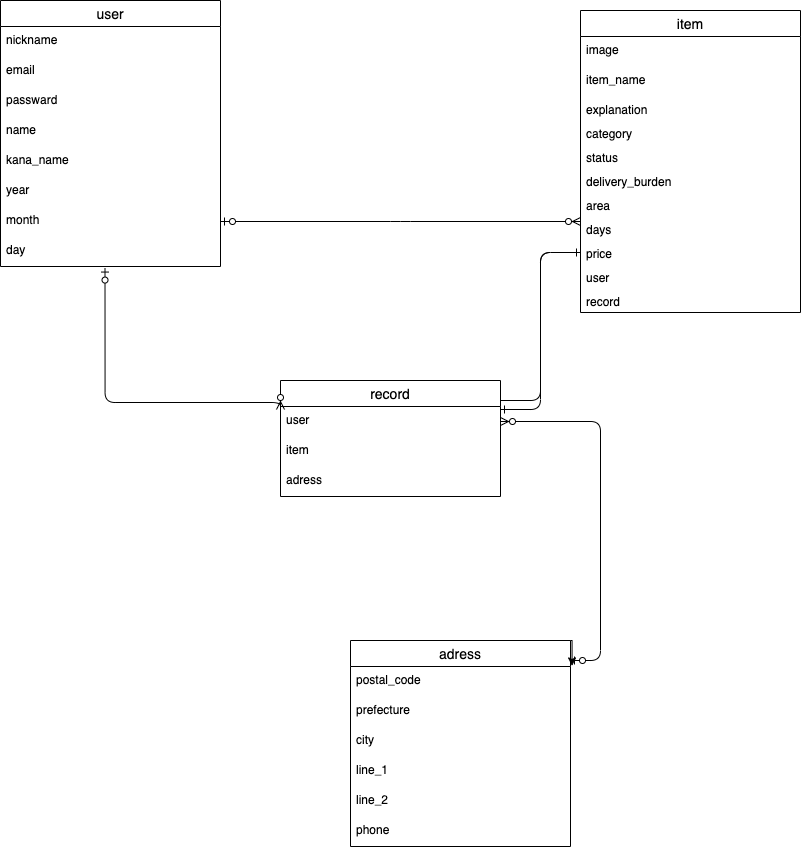
This is furima.png from daiki0904/furima-35457, a draw.io export, as it was before one commit. Source tidied: cells renumbered, new cells last; positions are measured from the earlier drawing's top-left corner, leaving out a move shared by most shapes. Its diagram source:
```xml
<mxGraphModel>
  <root>
    <mxCell id="0" />
    <mxCell id="1" parent="0" />
    <mxCell id="2" value="user" style="swimlane;fontStyle=0;horizontal=1;startSize=26;align=center;fontSize=14;" parent="1" vertex="1">
      <mxGeometry width="220" height="266" as="geometry" />
    </mxCell>
    <mxCell id="3" value="nickname" style="text;strokeColor=none;fillColor=none;spacingLeft=4;spacingRight=4;overflow=hidden;fontSize=12;" parent="2" vertex="1">
      <mxGeometry y="26" width="220" height="30" as="geometry" />
    </mxCell>
    <mxCell id="4" value="email" style="text;strokeColor=none;fillColor=none;spacingLeft=4;spacingRight=4;overflow=hidden;fontSize=12;" parent="2" vertex="1">
      <mxGeometry y="56" width="220" height="30" as="geometry" />
    </mxCell>
    <mxCell id="5" value="passward" style="text;strokeColor=none;fillColor=none;spacingLeft=4;spacingRight=4;overflow=hidden;fontSize=12;" parent="2" vertex="1">
      <mxGeometry y="86" width="220" height="30" as="geometry" />
    </mxCell>
    <mxCell id="6" value="name" style="text;strokeColor=none;fillColor=none;spacingLeft=4;spacingRight=4;overflow=hidden;fontSize=12;" parent="2" vertex="1">
      <mxGeometry y="116" width="220" height="30" as="geometry" />
    </mxCell>
    <mxCell id="7" value="kana_name" style="text;strokeColor=none;fillColor=none;spacingLeft=4;spacingRight=4;overflow=hidden;fontSize=12;" parent="2" vertex="1">
      <mxGeometry y="146" width="220" height="30" as="geometry" />
    </mxCell>
    <mxCell id="8" value="year" style="text;strokeColor=none;fillColor=none;spacingLeft=4;spacingRight=4;overflow=hidden;fontSize=12;" parent="2" vertex="1">
      <mxGeometry y="176" width="220" height="30" as="geometry" />
    </mxCell>
    <mxCell id="9" value="month" style="text;strokeColor=none;fillColor=none;spacingLeft=4;spacingRight=4;overflow=hidden;points=[[0,0.5],[1,0.5]];portConstraint=eastwest;fontSize=12;" parent="2" vertex="1">
      <mxGeometry y="206" width="220" height="30" as="geometry" />
    </mxCell>
    <mxCell id="10" value="day" style="text;strokeColor=none;fillColor=none;spacingLeft=4;spacingRight=4;overflow=hidden;points=[[0,0.5],[1,0.5]];portConstraint=eastwest;fontSize=12;" parent="2" vertex="1">
      <mxGeometry y="236" width="220" height="30" as="geometry" />
    </mxCell>
    <mxCell id="11" value="item" style="swimlane;fontStyle=0;horizontal=1;startSize=26;align=center;fontSize=14;" parent="1" vertex="1">
      <mxGeometry x="580" y="10" width="220" height="302" as="geometry" />
    </mxCell>
    <mxCell id="12" value="image" style="text;strokeColor=none;fillColor=none;spacingLeft=4;spacingRight=4;overflow=hidden;fontSize=12;" parent="11" vertex="1">
      <mxGeometry y="26" width="220" height="30" as="geometry" />
    </mxCell>
    <mxCell id="13" value="item_name" style="text;strokeColor=none;fillColor=none;spacingLeft=4;spacingRight=4;overflow=hidden;fontSize=12;" parent="11" vertex="1">
      <mxGeometry y="56" width="220" height="30" as="geometry" />
    </mxCell>
    <mxCell id="14" value="explanation" style="text;strokeColor=none;fillColor=none;spacingLeft=4;spacingRight=4;overflow=hidden;fontSize=12;" parent="11" vertex="1">
      <mxGeometry y="86" width="220" height="24" as="geometry" />
    </mxCell>
    <mxCell id="15" value="category" style="text;strokeColor=none;fillColor=none;spacingLeft=4;spacingRight=4;overflow=hidden;fontSize=12;" parent="11" vertex="1">
      <mxGeometry y="110" width="220" height="24" as="geometry" />
    </mxCell>
    <mxCell id="16" value="status" style="text;strokeColor=none;fillColor=none;spacingLeft=4;spacingRight=4;overflow=hidden;fontSize=12;" parent="11" vertex="1">
      <mxGeometry y="134" width="220" height="24" as="geometry" />
    </mxCell>
    <mxCell id="17" value="delivery_burden" style="text;strokeColor=none;fillColor=none;spacingLeft=4;spacingRight=4;overflow=hidden;fontSize=12;" parent="11" vertex="1">
      <mxGeometry y="158" width="220" height="24" as="geometry" />
    </mxCell>
    <mxCell id="18" value="area" style="text;strokeColor=none;fillColor=none;spacingLeft=4;spacingRight=4;overflow=hidden;fontSize=12;" parent="11" vertex="1">
      <mxGeometry y="182" width="220" height="24" as="geometry" />
    </mxCell>
    <mxCell id="19" value="days" style="text;strokeColor=none;fillColor=none;spacingLeft=4;spacingRight=4;overflow=hidden;fontSize=12;" parent="11" vertex="1">
      <mxGeometry y="206" width="220" height="24" as="geometry" />
    </mxCell>
    <mxCell id="20" value="price" style="text;strokeColor=none;fillColor=none;spacingLeft=4;spacingRight=4;overflow=hidden;points=[[0,0.5],[1,0.5]];portConstraint=eastwest;fontSize=12;" parent="11" vertex="1">
      <mxGeometry y="230" width="220" height="24" as="geometry" />
    </mxCell>
    <mxCell id="21" value="user" style="text;strokeColor=none;fillColor=none;spacingLeft=4;spacingRight=4;overflow=hidden;fontSize=12;" parent="11" vertex="1">
      <mxGeometry y="254" width="220" height="24" as="geometry" />
    </mxCell>
    <mxCell id="22" value="record" style="text;strokeColor=none;fillColor=none;spacingLeft=4;spacingRight=4;overflow=hidden;fontSize=12;" parent="11" vertex="1">
      <mxGeometry y="278" width="220" height="24" as="geometry" />
    </mxCell>
    <mxCell id="23" value="record" style="swimlane;fontStyle=0;horizontal=1;startSize=26;align=center;fontSize=14;" parent="1" vertex="1">
      <mxGeometry x="280" y="380" width="220" height="116" as="geometry" />
    </mxCell>
    <mxCell id="24" value="user" style="text;strokeColor=none;fillColor=none;spacingLeft=4;spacingRight=4;overflow=hidden;points=[[0,0.5],[1,0.5]];portConstraint=eastwest;fontSize=12;" parent="23" vertex="1">
      <mxGeometry y="26" width="220" height="30" as="geometry" />
    </mxCell>
    <mxCell id="25" value="item" style="text;strokeColor=none;fillColor=none;spacingLeft=4;spacingRight=4;overflow=hidden;fontSize=12;" parent="23" vertex="1">
      <mxGeometry y="56" width="220" height="30" as="geometry" />
    </mxCell>
    <mxCell id="26" value="adress" style="text;strokeColor=none;fillColor=none;spacingLeft=4;spacingRight=4;overflow=hidden;fontSize=12;" parent="23" vertex="1">
      <mxGeometry y="86" width="220" height="30" as="geometry" />
    </mxCell>
    <mxCell id="27" value="adress" style="swimlane;fontStyle=0;horizontal=1;startSize=26;align=center;fontSize=14;" parent="1" vertex="1">
      <mxGeometry x="350" y="640" width="220" height="206" as="geometry" />
    </mxCell>
    <mxCell id="28" value="postal_code" style="text;strokeColor=none;fillColor=none;spacingLeft=4;spacingRight=4;overflow=hidden;points=[[0,0.5],[1,0.5]];portConstraint=eastwest;fontSize=12;" parent="27" vertex="1">
      <mxGeometry y="26" width="220" height="30" as="geometry" />
    </mxCell>
    <mxCell id="29" value="prefecture" style="text;strokeColor=none;fillColor=none;spacingLeft=4;spacingRight=4;overflow=hidden;fontSize=12;" parent="27" vertex="1">
      <mxGeometry y="56" width="220" height="30" as="geometry" />
    </mxCell>
    <mxCell id="30" value="city" style="text;strokeColor=none;fillColor=none;spacingLeft=4;spacingRight=4;overflow=hidden;fontSize=12;" parent="27" vertex="1">
      <mxGeometry y="86" width="220" height="30" as="geometry" />
    </mxCell>
    <mxCell id="31" value="line_1" style="text;strokeColor=none;fillColor=none;spacingLeft=4;spacingRight=4;overflow=hidden;fontSize=12;" parent="27" vertex="1">
      <mxGeometry y="116" width="220" height="30" as="geometry" />
    </mxCell>
    <mxCell id="32" value="line_2" style="text;strokeColor=none;fillColor=none;spacingLeft=4;spacingRight=4;overflow=hidden;fontSize=12;" parent="27" vertex="1">
      <mxGeometry y="146" width="220" height="30" as="geometry" />
    </mxCell>
    <mxCell id="33" value="phone" style="text;strokeColor=none;fillColor=none;spacingLeft=4;spacingRight=4;overflow=hidden;fontSize=12;" parent="27" vertex="1">
      <mxGeometry y="176" width="220" height="30" as="geometry" />
    </mxCell>
    <mxCell id="34" style="edgeStyle=orthogonalEdgeStyle;rounded=0;jettySize=auto;html=1;exitX=1;exitY=0;exitDx=0;exitDy=0;entryX=1.007;entryY=-0.019;entryDx=0;entryDy=0;entryPerimeter=0;" parent="27" edge="1" source="27" target="28">
      <mxGeometry relative="1" as="geometry" />
    </mxCell>
    <mxCell id="35" style="edgeStyle=elbowEdgeStyle;fontSize=12;html=1;endArrow=ERzeroToMany;startArrow=ERzeroToOne;exitX=1;exitY=0.5;exitDx=0;exitDy=0;" parent="1" edge="1" source="9">
      <mxGeometry relative="1" as="geometry">
        <mxPoint x="580" y="221" as="targetPoint" />
      </mxGeometry>
    </mxCell>
    <mxCell id="36" style="edgeStyle=orthogonalEdgeStyle;fontSize=12;html=1;endArrow=ERzeroToMany;startArrow=ERzeroToOne;exitX=0.475;exitY=1.052;exitDx=0;exitDy=0;exitPerimeter=0;entryX=0;entryY=0.25;entryDx=0;entryDy=0;" parent="1" edge="1" source="10" target="23">
      <mxGeometry relative="1" as="geometry">
        <Array as="points">
          <mxPoint x="105" y="402" />
        </Array>
      </mxGeometry>
    </mxCell>
    <mxCell id="37" style="edgeStyle=entityRelationEdgeStyle;fontSize=12;html=1;endArrow=ERzeroToMany;startArrow=ERzeroToOne;" parent="1" edge="1" target="24">
      <mxGeometry relative="1" as="geometry">
        <mxPoint x="570" y="660" as="sourcePoint" />
      </mxGeometry>
    </mxCell>
    <mxCell id="38" style="edgeStyle=orthogonalEdgeStyle;fontSize=12;html=1;endArrow=ERone;endFill=1;entryX=0;entryY=0.5;entryDx=0;entryDy=0;" parent="1" edge="1" target="20">
      <mxGeometry relative="1" as="geometry">
        <mxPoint x="500" y="400" as="sourcePoint" />
        <Array as="points">
          <mxPoint x="540" y="400" />
          <mxPoint x="540" y="252" />
        </Array>
      </mxGeometry>
    </mxCell>
    <mxCell id="39" style="edgeStyle=elbowEdgeStyle;fontSize=12;html=1;endArrow=ERone;endFill=1;entryX=1;entryY=0.25;entryDx=0;entryDy=0;exitX=0;exitY=0.5;exitDx=0;exitDy=0;" parent="1" edge="1" source="20" target="23">
      <mxGeometry relative="1" as="geometry">
        <Array as="points">
          <mxPoint x="540" y="330" />
        </Array>
      </mxGeometry>
    </mxCell>
  </root>
</mxGraphModel>
```
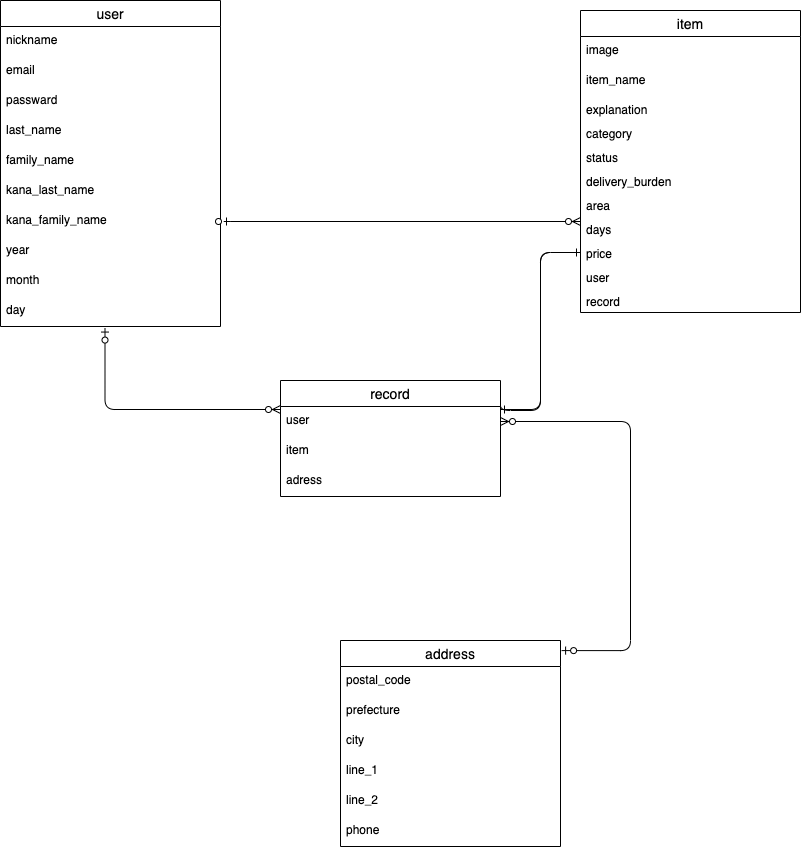
The same diagram one commit later.

Commit message:
エクスポートし直し

Diff of the diagram source:
```diff
@@ -3,7 +3,7 @@
     <mxCell id="0" />
     <mxCell id="1" parent="0" />
     <mxCell id="2" value="user" style="swimlane;fontStyle=0;horizontal=1;startSize=26;align=center;fontSize=14;" parent="1" vertex="1">
-      <mxGeometry width="220" height="266" as="geometry" />
+      <mxGeometry width="220" height="326" as="geometry" />
     </mxCell>
     <mxCell id="3" value="nickname" style="text;strokeColor=none;fillColor=none;spacingLeft=4;spacingRight=4;overflow=hidden;fontSize=12;" parent="2" vertex="1">
       <mxGeometry y="26" width="220" height="30" as="geometry" />
@@ -14,20 +14,26 @@
     <mxCell id="5" value="passward" style="text;strokeColor=none;fillColor=none;spacingLeft=4;spacingRight=4;overflow=hidden;fontSize=12;" parent="2" vertex="1">
       <mxGeometry y="86" width="220" height="30" as="geometry" />
     </mxCell>
-    <mxCell id="6" value="name" style="text;strokeColor=none;fillColor=none;spacingLeft=4;spacingRight=4;overflow=hidden;fontSize=12;" parent="2" vertex="1">
+    <mxCell id="6" value="last_name" style="text;strokeColor=none;fillColor=none;spacingLeft=4;spacingRight=4;overflow=hidden;fontSize=12;" parent="2" vertex="1">
       <mxGeometry y="116" width="220" height="30" as="geometry" />
     </mxCell>
+    <mxCell id="40" value="family_name" style="text;strokeColor=none;fillColor=none;spacingLeft=4;spacingRight=4;overflow=hidden;fontSize=12;" parent="2" vertex="1">
+      <mxGeometry y="146" width="220" height="30" as="geometry" />
+    </mxCell>
-    <mxCell id="7" value="kana_name" style="text;strokeColor=none;fillColor=none;spacingLeft=4;spacingRight=4;overflow=hidden;fontSize=12;" parent="2" vertex="1">
-      <mxGeometry y="146" width="220" height="30" as="geometry" />
+    <mxCell id="7" value="kana_last_name" style="text;strokeColor=none;fillColor=none;spacingLeft=4;spacingRight=4;overflow=hidden;fontSize=12;" parent="2" vertex="1">
+      <mxGeometry y="176" width="220" height="30" as="geometry" />
     </mxCell>
+    <mxCell id="41" value="kana_family_name" style="text;strokeColor=none;fillColor=none;spacingLeft=4;spacingRight=4;overflow=hidden;fontSize=12;" parent="2" vertex="1">
+      <mxGeometry y="206" width="220" height="30" as="geometry" />
+    </mxCell>
     <mxCell id="8" value="year" style="text;strokeColor=none;fillColor=none;spacingLeft=4;spacingRight=4;overflow=hidden;fontSize=12;" parent="2" vertex="1">
-      <mxGeometry y="176" width="220" height="30" as="geometry" />
+      <mxGeometry y="236" width="220" height="30" as="geometry" />
     </mxCell>
     <mxCell id="9" value="month" style="text;strokeColor=none;fillColor=none;spacingLeft=4;spacingRight=4;overflow=hidden;points=[[0,0.5],[1,0.5]];portConstraint=eastwest;fontSize=12;" parent="2" vertex="1">
-      <mxGeometry y="206" width="220" height="30" as="geometry" />
+      <mxGeometry y="266" width="220" height="30" as="geometry" />
     </mxCell>
     <mxCell id="10" value="day" style="text;strokeColor=none;fillColor=none;spacingLeft=4;spacingRight=4;overflow=hidden;points=[[0,0.5],[1,0.5]];portConstraint=eastwest;fontSize=12;" parent="2" vertex="1">
-      <mxGeometry y="236" width="220" height="30" as="geometry" />
+      <mxGeometry y="296" width="220" height="30" as="geometry" />
     </mxCell>
     <mxCell id="11" value="item" style="swimlane;fontStyle=0;horizontal=1;startSize=26;align=center;fontSize=14;" parent="1" vertex="1">
       <mxGeometry x="580" y="10" width="220" height="302" as="geometry" />
@@ -77,8 +83,8 @@
     <mxCell id="26" value="adress" style="text;strokeColor=none;fillColor=none;spacingLeft=4;spacingRight=4;overflow=hidden;fontSize=12;" parent="23" vertex="1">
       <mxGeometry y="86" width="220" height="30" as="geometry" />
     </mxCell>
-    <mxCell id="27" value="adress" style="swimlane;fontStyle=0;horizontal=1;startSize=26;align=center;fontSize=14;" parent="1" vertex="1">
-      <mxGeometry x="350" y="640" width="220" height="206" as="geometry" />
+    <mxCell id="27" value="address" style="swimlane;fontStyle=0;horizontal=1;startSize=26;align=center;fontSize=14;" parent="1" vertex="1">
+      <mxGeometry x="340" y="640" width="220" height="206" as="geometry" />
     </mxCell>
     <mxCell id="28" value="postal_code" style="text;strokeColor=none;fillColor=none;spacingLeft=4;spacingRight=4;overflow=hidden;points=[[0,0.5],[1,0.5]];portConstraint=eastwest;fontSize=12;" parent="27" vertex="1">
       <mxGeometry y="26" width="220" height="30" as="geometry" />
@@ -98,31 +104,36 @@
     <mxCell id="33" value="phone" style="text;strokeColor=none;fillColor=none;spacingLeft=4;spacingRight=4;overflow=hidden;fontSize=12;" parent="27" vertex="1">
       <mxGeometry y="176" width="220" height="30" as="geometry" />
     </mxCell>
-    <mxCell id="34" style="edgeStyle=orthogonalEdgeStyle;rounded=0;jettySize=auto;html=1;exitX=1;exitY=0;exitDx=0;exitDy=0;entryX=1.007;entryY=-0.019;entryDx=0;entryDy=0;entryPerimeter=0;" parent="27" edge="1" source="27" target="28">
-      <mxGeometry relative="1" as="geometry" />
-    </mxCell>
-    <mxCell id="35" style="edgeStyle=elbowEdgeStyle;fontSize=12;html=1;endArrow=ERzeroToMany;startArrow=ERzeroToOne;exitX=1;exitY=0.5;exitDx=0;exitDy=0;" parent="1" edge="1" source="9">
+    <mxCell id="35" style="edgeStyle=elbowEdgeStyle;fontSize=12;html=1;endArrow=ERzeroToMany;startArrow=ERzeroToOne;" parent="1" edge="1">
       <mxGeometry relative="1" as="geometry">
+        <mxPoint x="230" y="221" as="sourcePoint" />
         <mxPoint x="580" y="221" as="targetPoint" />
+        <Array as="points">
+          <mxPoint x="220" y="230" />
+        </Array>
       </mxGeometry>
     </mxCell>
     <mxCell id="36" style="edgeStyle=orthogonalEdgeStyle;fontSize=12;html=1;endArrow=ERzeroToMany;startArrow=ERzeroToOne;exitX=0.475;exitY=1.052;exitDx=0;exitDy=0;exitPerimeter=0;entryX=0;entryY=0.25;entryDx=0;entryDy=0;" parent="1" edge="1" source="10" target="23">
       <mxGeometry relative="1" as="geometry">
         <Array as="points">
-          <mxPoint x="105" y="402" />
+          <mxPoint x="105" y="409" />
         </Array>
       </mxGeometry>
     </mxCell>
-    <mxCell id="37" style="edgeStyle=entityRelationEdgeStyle;fontSize=12;html=1;endArrow=ERzeroToMany;startArrow=ERzeroToOne;" parent="1" edge="1" target="24">
+    <mxCell id="37" style="edgeStyle=orthogonalEdgeStyle;fontSize=12;html=1;endArrow=ERzeroToMany;startArrow=ERzeroToOne;exitX=1.005;exitY=0.049;exitDx=0;exitDy=0;exitPerimeter=0;" parent="1" edge="1" source="27" target="24">
       <mxGeometry relative="1" as="geometry">
-        <mxPoint x="570" y="660" as="sourcePoint" />
+        <Array as="points">
+          <mxPoint x="630" y="650" />
+          <mxPoint x="630" y="421" />
+        </Array>
       </mxGeometry>
     </mxCell>
     <mxCell id="38" style="edgeStyle=orthogonalEdgeStyle;fontSize=12;html=1;endArrow=ERone;endFill=1;entryX=0;entryY=0.5;entryDx=0;entryDy=0;" parent="1" edge="1" target="20">
       <mxGeometry relative="1" as="geometry">
         <mxPoint x="500" y="400" as="sourcePoint" />
         <Array as="points">
-          <mxPoint x="540" y="400" />
+          <mxPoint x="500" y="410" />
+          <mxPoint x="540" y="410" />
           <mxPoint x="540" y="252" />
         </Array>
       </mxGeometry>
```
